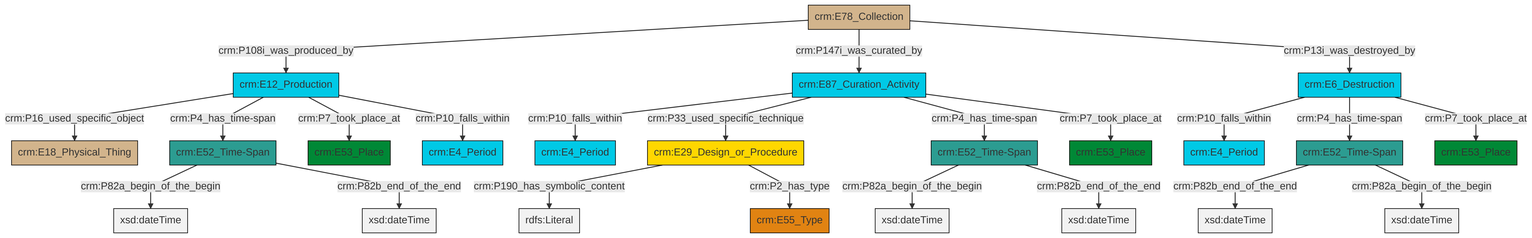
Earlier version of the Mermaid export et/archivalCSV/ttl/mmd/png/archival_existence.png (swiss-art-research-net/docs.swissartresearch). Its source is kept beside it as et/archivalCSV/ttl/mmd/archival_existence.ttl.mmd.
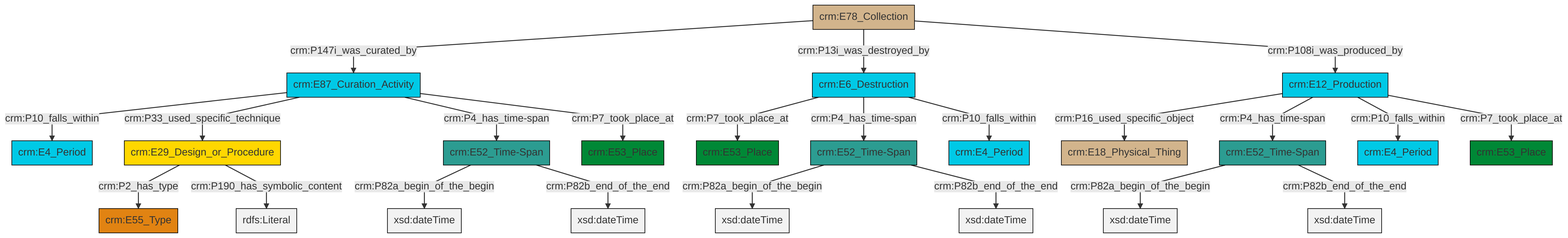
After the commit.

The edit, as a diff of the source:
```diff
@@ -13,25 +13,25 @@
 classDef PC_Classes fill:#4ce600, stroke:#000000;
 classDef Multi fill:#cccccc,stroke:#000000;
 
-4["crm:E52_Time-Span"]:::Time-Span -->|crm:P82a_begin_of_the_begin| 5[xsd:dateTime]:::Literal
-2["crm:E6_Destruction"]:::Temporal_Entity -->|crm:P10_falls_within| 8["crm:E4_Period"]:::Temporal_Entity
+2["crm:E6_Destruction"]:::Temporal_Entity -->|crm:P7_took_place_at| 3["crm:E53_Place"]:::Place
+8["crm:E87_Curation_Activity"]:::Temporal_Entity -->|crm:P10_falls_within| 9["crm:E4_Period"]:::Temporal_Entity
+6["crm:E52_Time-Span"]:::Time-Span -->|crm:P82a_begin_of_the_begin| 10[xsd:dateTime]:::Literal
+11["crm:E78_Collection"]:::Physical_Thing -->|crm:P147i_was_curated_by| 8["crm:E87_Curation_Activity"]:::Temporal_Entity
 12["crm:E12_Production"]:::Temporal_Entity -->|crm:P16_used_specific_object| 13["crm:E18_Physical_Thing"]:::Physical_Thing
-14["crm:E78_Collection"]:::Physical_Thing -->|crm:P108i_was_produced_by| 12["crm:E12_Production"]:::Temporal_Entity
-6["crm:E87_Curation_Activity"]:::Temporal_Entity -->|crm:P10_falls_within| 15["crm:E4_Period"]:::Temporal_Entity
-12["crm:E12_Production"]:::Temporal_Entity -->|crm:P4_has_time-span| 4["crm:E52_Time-Span"]:::Time-Span
-18["crm:E29_Design_or_Procedure"]:::Conceptual_Object -->|crm:P190_has_symbolic_content| 19[rdfs:Literal]:::Literal
-18["crm:E29_Design_or_Procedure"]:::Conceptual_Object -->|crm:P2_has_type| 20["crm:E55_Type"]:::Type
+8["crm:E87_Curation_Activity"]:::Temporal_Entity -->|crm:P33_used_specific_technique| 16["crm:E29_Design_or_Procedure"]:::Conceptual_Object
+12["crm:E12_Production"]:::Temporal_Entity -->|crm:P4_has_time-span| 17["crm:E52_Time-Span"]:::Time-Span
+8["crm:E87_Curation_Activity"]:::Temporal_Entity -->|crm:P4_has_time-span| 6["crm:E52_Time-Span"]:::Time-Span
+21["crm:E52_Time-Span"]:::Time-Span -->|crm:P82a_begin_of_the_begin| 22[xsd:dateTime]:::Literal
+16["crm:E29_Design_or_Procedure"]:::Conceptual_Object -->|crm:P2_has_type| 26["crm:E55_Type"]:::Type
+21["crm:E52_Time-Span"]:::Time-Span -->|crm:P82b_end_of_the_end| 27[xsd:dateTime]:::Literal
+17["crm:E52_Time-Span"]:::Time-Span -->|crm:P82a_begin_of_the_begin| 30[xsd:dateTime]:::Literal
+6["crm:E52_Time-Span"]:::Time-Span -->|crm:P82b_end_of_the_end| 32[xsd:dateTime]:::Literal
+17["crm:E52_Time-Span"]:::Time-Span -->|crm:P82b_end_of_the_end| 33[xsd:dateTime]:::Literal
+8["crm:E87_Curation_Activity"]:::Temporal_Entity -->|crm:P7_took_place_at| 0["crm:E53_Place"]:::Place
+12["crm:E12_Production"]:::Temporal_Entity -->|crm:P10_falls_within| 4["crm:E4_Period"]:::Temporal_Entity
+12["crm:E12_Production"]:::Temporal_Entity -->|crm:P7_took_place_at| 19["crm:E53_Place"]:::Place
 2["crm:E6_Destruction"]:::Temporal_Entity -->|crm:P4_has_time-span| 21["crm:E52_Time-Span"]:::Time-Span
-10["crm:E52_Time-Span"]:::Time-Span -->|crm:P82a_begin_of_the_begin| 23[xsd:dateTime]:::Literal
-12["crm:E12_Production"]:::Temporal_Entity -->|crm:P7_took_place_at| 27["crm:E53_Place"]:::Place
-12["crm:E12_Production"]:::Temporal_Entity -->|crm:P10_falls_within| 0["crm:E4_Period"]:::Temporal_Entity
-4["crm:E52_Time-Span"]:::Time-Span -->|crm:P82b_end_of_the_end| 28[xsd:dateTime]:::Literal
-6["crm:E87_Curation_Activity"]:::Temporal_Entity -->|crm:P33_used_specific_technique| 18["crm:E29_Design_or_Procedure"]:::Conceptual_Object
-6["crm:E87_Curation_Activity"]:::Temporal_Entity -->|crm:P4_has_time-span| 10["crm:E52_Time-Span"]:::Time-Span
-6["crm:E87_Curation_Activity"]:::Temporal_Entity -->|crm:P7_took_place_at| 16["crm:E53_Place"]:::Place
-21["crm:E52_Time-Span"]:::Time-Span -->|crm:P82b_end_of_the_end| 32[xsd:dateTime]:::Literal
-21["crm:E52_Time-Span"]:::Time-Span -->|crm:P82a_begin_of_the_begin| 35[xsd:dateTime]:::Literal
-14["crm:E78_Collection"]:::Physical_Thing -->|crm:P147i_was_curated_by| 6["crm:E87_Curation_Activity"]:::Temporal_Entity
-10["crm:E52_Time-Span"]:::Time-Span -->|crm:P82b_end_of_the_end| 37[xsd:dateTime]:::Literal
-2["crm:E6_Destruction"]:::Temporal_Entity -->|crm:P7_took_place_at| 33["crm:E53_Place"]:::Place
-14["crm:E78_Collection"]:::Physical_Thing -->|crm:P13i_was_destroyed_by| 2["crm:E6_Destruction"]:::Temporal_Entity
+11["crm:E78_Collection"]:::Physical_Thing -->|crm:P13i_was_destroyed_by| 2["crm:E6_Destruction"]:::Temporal_Entity
+2["crm:E6_Destruction"]:::Temporal_Entity -->|crm:P10_falls_within| 36["crm:E4_Period"]:::Temporal_Entity
+11["crm:E78_Collection"]:::Physical_Thing -->|crm:P108i_was_produced_by| 12["crm:E12_Production"]:::Temporal_Entity
+16["crm:E29_Design_or_Procedure"]:::Conceptual_Object -->|crm:P190_has_symbolic_content| 38[rdfs:Literal]:::Literal
```
